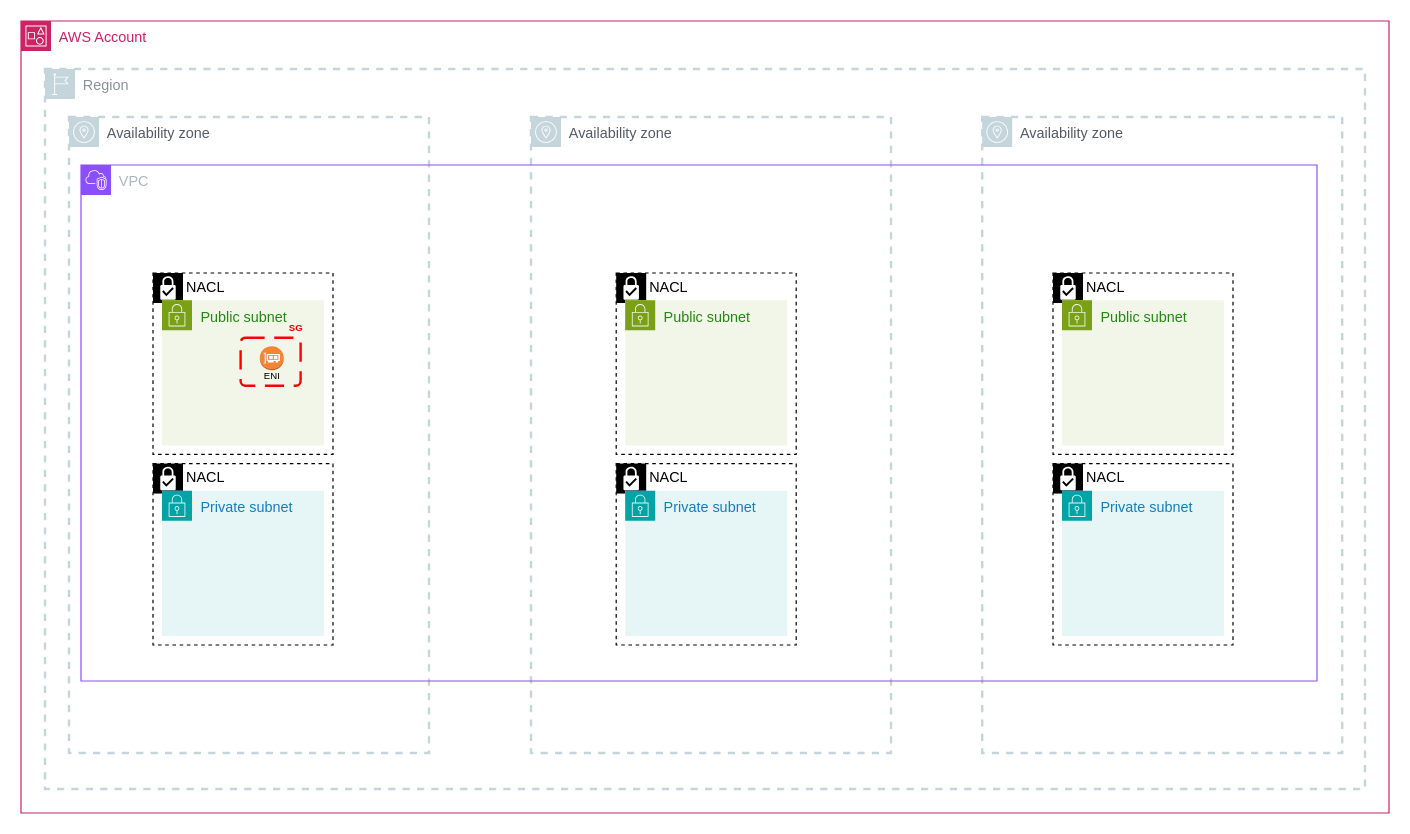
The draw.io diagram page "v0" (1 of 4) of Templates/aws-arch-template.drawio in nizarajroud/helpers, before the edit. Source tidied: cells renumbered, new cells numbered last; positions are measured from the earlier drawing's top-left corner, leaving out a move shared by most shapes. Both pictures are drawn from the tidied source at 120%, with x=0, y=0 at pixel (20, 20).
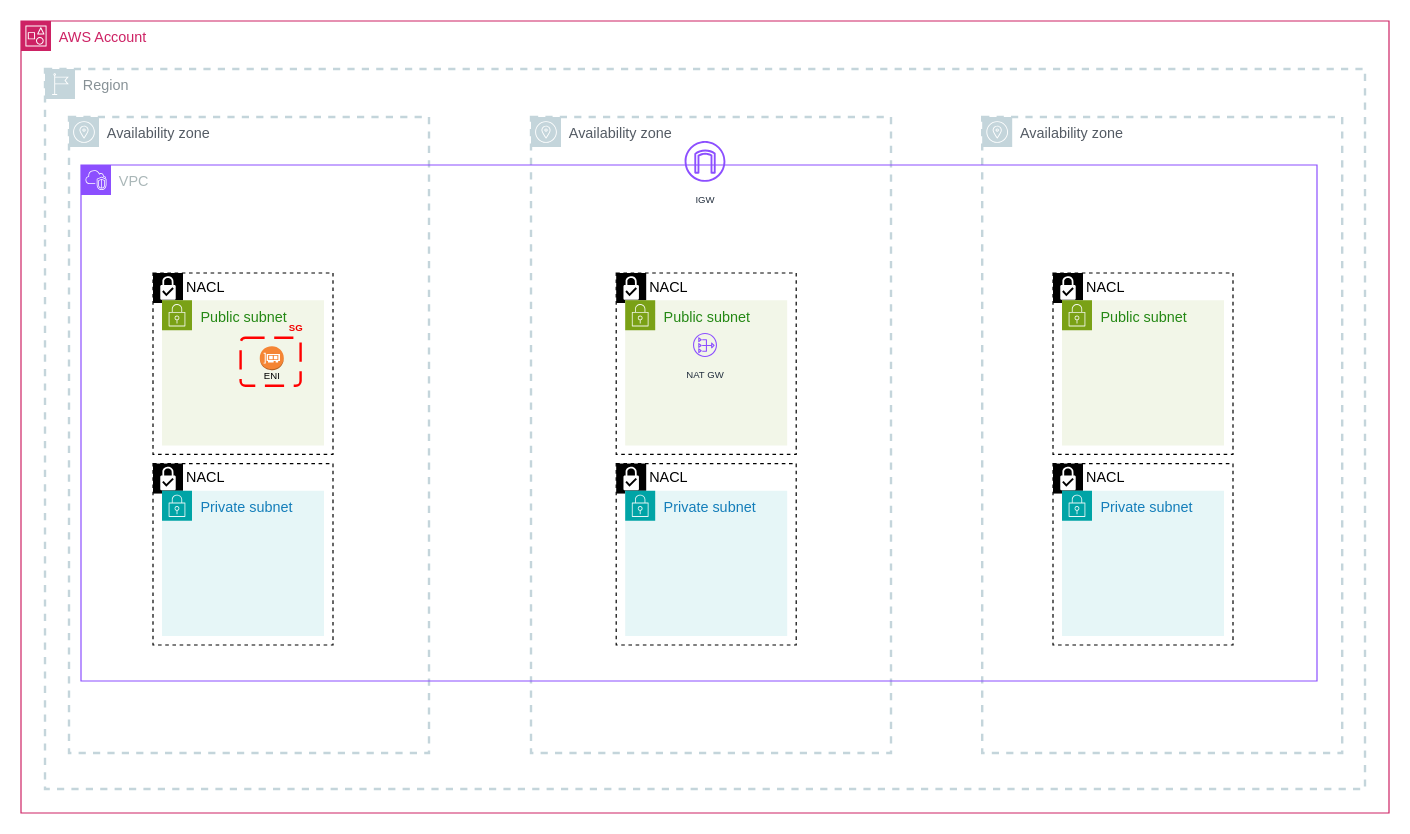
The same page after the edit.

The change refers to these unchanged cells:
```xml
<mxCell id="3" style="group;" parent="2" vertex="1">
  <mxGeometry width="1140" height="660" as="geometry" />
</mxCell>
<mxCell id="22" style="group;" parent="2" vertex="1">
  <mxGeometry x="496" y="210" width="150" height="310" as="geometry" />
</mxCell>
```

Diff of the diagram source:
```diff
@@
+    <mxCell id="34" value="&lt;font style=&quot;font-size: 8px;&quot;&gt;IGW&lt;/font&gt;" style="sketch=0;fontColor=#232F3E;gradientColor=none;fillColor=#8C4FFF;strokeColor=none;dashed=0;verticalLabelPosition=bottom;verticalAlign=top;align=center;html=1;fontSize=12;fontStyle=0;shape=mxgraph.aws4.internet_gateway;" parent="3" vertex="1">
+      <mxGeometry x="553" y="100" width="34" height="34" as="geometry" />
+    </mxCell>
@@
+    <mxCell id="35" value="&lt;font style=&quot;font-size: 8px;&quot;&gt;NAT GW&lt;/font&gt;" style="sketch=0;fontColor=#232F3E;gradientColor=none;fillColor=#8C4FFF;strokeColor=none;dashed=0;verticalLabelPosition=bottom;verticalAlign=top;align=center;html=1;fontSize=12;fontStyle=0;shape=mxgraph.aws4.nat_gateway;" parent="22" vertex="1">
+      <mxGeometry x="64" y="50" width="20" height="20" as="geometry" />
+    </mxCell>
```
